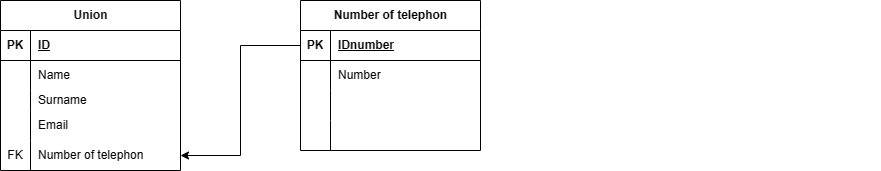
Earlier version of the draw.io export Clients.png (IosifStatham/BD_clients). Source tidied: cells renumbered, new cells last; positions are measured from the earlier drawing's top-left corner, leaving out a move shared by most shapes.
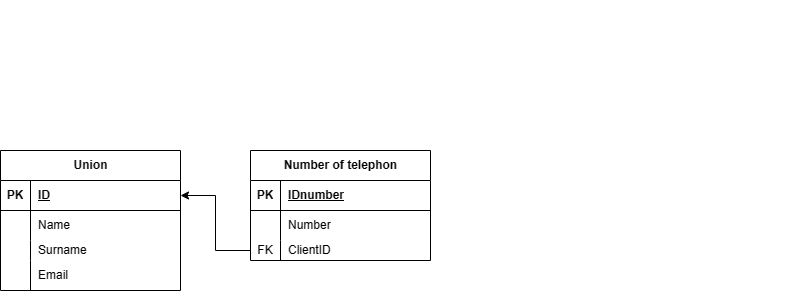
The same diagram one commit later.

What changed in the source:
```diff
@@ -3,7 +3,7 @@
     <mxCell id="0" />
     <mxCell id="1" parent="0" />
     <mxCell id="2" value="Number of telephon" style="shape=table;startSize=30;rowLines=0;fontStyle=1;align=center;html=1;" parent="1" vertex="1">
-      <mxGeometry x="300" width="180" height="150" as="geometry" />
+      <mxGeometry x="320" y="176" width="180" height="110" as="geometry" />
     </mxCell>
     <mxCell id="3" style="shape=tableRow;horizontal=0;startSize=0;swimlaneHead=0;swimlaneBody=0;fillColor=none;points=[[0,0.5],[1,0.5]];portConstraint=eastwest;top=0;left=0;right=0;bottom=1;" parent="2" vertex="1">
       <mxGeometry y="30" width="180" height="30" as="geometry" />
@@ -23,24 +23,15 @@
     <mxCell id="8" value="Number" style="shape=partialRectangle;fillColor=none;top=0;left=0;bottom=0;right=0;align=left;spacingLeft=6;overflow=hidden;whiteSpace=wrap;html=1;" parent="6" vertex="1">
       <mxGeometry x="30" width="150" height="30" as="geometry" />
     </mxCell>
-    <mxCell id="9" style="shape=tableRow;horizontal=0;startSize=0;swimlaneHead=0;swimlaneBody=0;fillColor=none;top=0;left=0;right=0;bottom=0;" parent="2" vertex="1">
-      <mxGeometry y="90" width="180" height="30" as="geometry" />
-    </mxCell>
-    <mxCell id="10" style="shape=partialRectangle;fillColor=none;top=0;left=0;bottom=0;right=0;overflow=hidden;whiteSpace=wrap;html=1;" parent="9" vertex="1">
-      <mxGeometry width="30" height="30" as="geometry" />
-    </mxCell>
-    <mxCell id="11" style="shape=partialRectangle;fillColor=none;top=0;left=0;bottom=0;right=0;align=left;spacingLeft=6;overflow=hidden;whiteSpace=wrap;html=1;" parent="9" vertex="1">
-      <mxGeometry x="30" width="150" height="30" as="geometry" />
-    </mxCell>
-    <mxCell id="12" style="shape=tableRow;horizontal=0;startSize=0;swimlaneHead=0;swimlaneBody=0;fillColor=none;top=0;left=0;right=0;bottom=0;" parent="2" vertex="1">
-      <mxGeometry y="120" width="180" height="30" as="geometry" />
-    </mxCell>
-    <mxCell id="13" style="shape=partialRectangle;fillColor=none;top=0;left=0;bottom=0;right=0;overflow=hidden;whiteSpace=wrap;html=1;" parent="12" vertex="1">
-      <mxGeometry width="30" height="30" as="geometry" />
-    </mxCell>
-    <mxCell id="14" style="shape=partialRectangle;fillColor=none;top=0;left=0;bottom=0;right=0;align=left;spacingLeft=6;overflow=hidden;whiteSpace=wrap;html=1;" parent="12" vertex="1">
-      <mxGeometry x="30" width="150" height="30" as="geometry" />
-    </mxCell>
+    <mxCell id="35" style="shape=tableRow;horizontal=0;startSize=0;swimlaneHead=0;swimlaneBody=0;fillColor=none;points=[[0,0.5],[1,0.5]];portConstraint=eastwest;top=0;left=0;right=0;bottom=0;" parent="2" vertex="1">
+      <mxGeometry y="90" width="180" height="20" as="geometry" />
+    </mxCell>
+    <mxCell id="33" value="FK" style="shape=partialRectangle;fillColor=none;top=0;left=0;bottom=0;right=0;overflow=hidden;whiteSpace=wrap;html=1;" parent="35" vertex="1">
+      <mxGeometry width="30" height="20" as="geometry" />
+    </mxCell>
+    <mxCell id="36" value="ClientID" style="shape=partialRectangle;fillColor=none;top=0;left=0;bottom=0;right=0;align=left;spacingLeft=6;overflow=hidden;whiteSpace=wrap;html=1;" parent="35" vertex="1">
+      <mxGeometry x="30" width="150" height="20" as="geometry" />
+    </mxCell>
     <mxCell id="15" style="shape=tableRow;horizontal=0;startSize=0;swimlaneHead=0;swimlaneBody=0;fillColor=none;top=0;left=0;right=0;bottom=0;" parent="1" vertex="1">
       <mxGeometry x="700" y="26" width="180" height="20" as="geometry" />
     </mxCell>
@@ -48,7 +39,7 @@
       <mxGeometry width="30" height="20" as="geometry" />
     </mxCell>
     <mxCell id="17" value="Union" style="shape=table;startSize=30;rowLines=0;fontStyle=1;align=center;html=1;" parent="1" vertex="1">
-      <mxGeometry width="180" height="170" as="geometry" />
+      <mxGeometry x="70" y="176" width="180" height="140" as="geometry" />
     </mxCell>
     <mxCell id="18" style="shape=tableRow;horizontal=0;startSize=0;swimlaneHead=0;swimlaneBody=0;fillColor=none;points=[[0,0.5],[1,0.5]];portConstraint=eastwest;top=0;left=0;right=0;bottom=1;" parent="17" vertex="1">
       <mxGeometry y="30" width="180" height="30" as="geometry" />
@@ -86,20 +77,8 @@
     <mxCell id="29" value="Email" style="shape=partialRectangle;fillColor=none;top=0;left=0;bottom=0;right=0;align=left;spacingLeft=6;overflow=hidden;whiteSpace=wrap;html=1;" parent="27" vertex="1">
       <mxGeometry x="30" width="150" height="30" as="geometry" />
     </mxCell>
-    <mxCell id="30" style="shape=tableRow;horizontal=0;startSize=0;swimlaneHead=0;swimlaneBody=0;fillColor=none;points=[[0,0.5],[1,0.5]];portConstraint=eastwest;top=0;left=0;right=0;bottom=0;" parent="17" vertex="1">
-      <mxGeometry y="140" width="180" height="30" as="geometry" />
-    </mxCell>
-    <mxCell id="31" style="shape=partialRectangle;fillColor=none;top=0;left=0;bottom=0;right=0;overflow=hidden;whiteSpace=wrap;html=1;" parent="30" vertex="1">
-      <mxGeometry width="30" height="30" as="geometry" />
-    </mxCell>
-    <mxCell id="32" value="Number of telephon" style="shape=partialRectangle;fillColor=none;top=0;left=0;bottom=0;right=0;align=left;spacingLeft=6;overflow=hidden;whiteSpace=wrap;html=1;" parent="30" vertex="1">
-      <mxGeometry x="30" width="150" height="30" as="geometry" />
-    </mxCell>
-    <mxCell id="33" value="FK" style="shape=partialRectangle;fillColor=none;top=0;left=0;bottom=0;right=0;overflow=hidden;whiteSpace=wrap;html=1;" parent="1" vertex="1">
-      <mxGeometry y="140" width="30" height="30" as="geometry" />
-    </mxCell>
-    <mxCell id="34" style="edgeStyle=orthogonalEdgeStyle;rounded=0;jettySize=auto;html=1;exitX=0;exitY=0.5;exitDx=0;exitDy=0;entryX=1;entryY=0.5;entryDx=0;entryDy=0;" parent="1" edge="1" source="3" target="30">
-      <mxGeometry relative="1" as="geometry" />
-    </mxCell>
+    <mxCell id="37" style="edgeStyle=orthogonalEdgeStyle;rounded=0;jettySize=auto;html=1;exitX=0;exitY=0.5;exitDx=0;exitDy=0;entryX=1;entryY=0.5;entryDx=0;entryDy=0;" parent="1" edge="1" source="35" target="18">
+      <mxGeometry relative="1" as="geometry" />
+    </mxCell>
   </root>
 </mxGraphModel>
```
